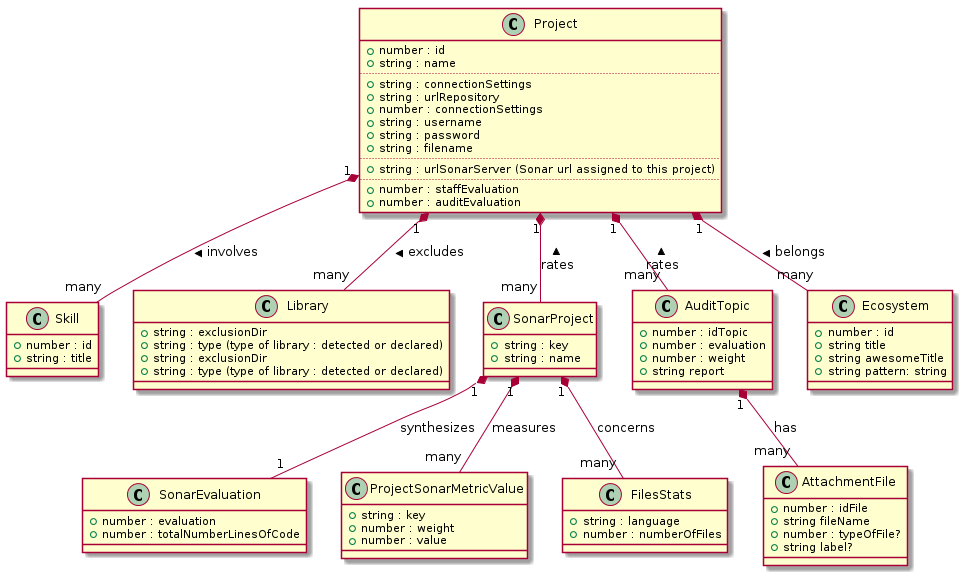
fitzhi/site keeps this PlantUML diagram as generated/class-diagram-project.png. Above is the earlier version.
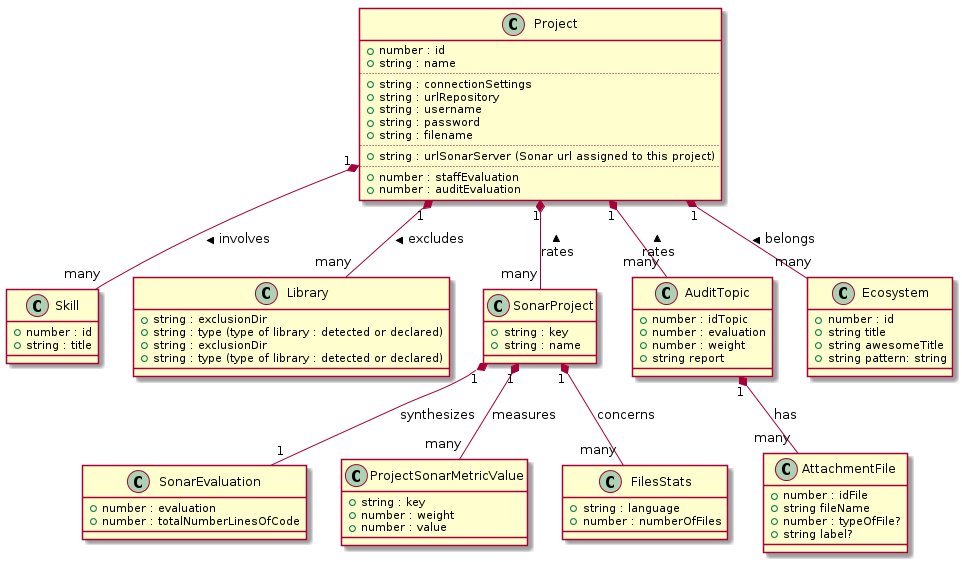
After the change.

What changed in the source:
```diff
@@ -6,7 +6,6 @@
 ..
 + {field} string : connectionSettings
 + {field} string : urlRepository
-+ {field} number : connectionSettings
 + {field} string : username
 + {field} string : password
 + {field} string : filename
```
